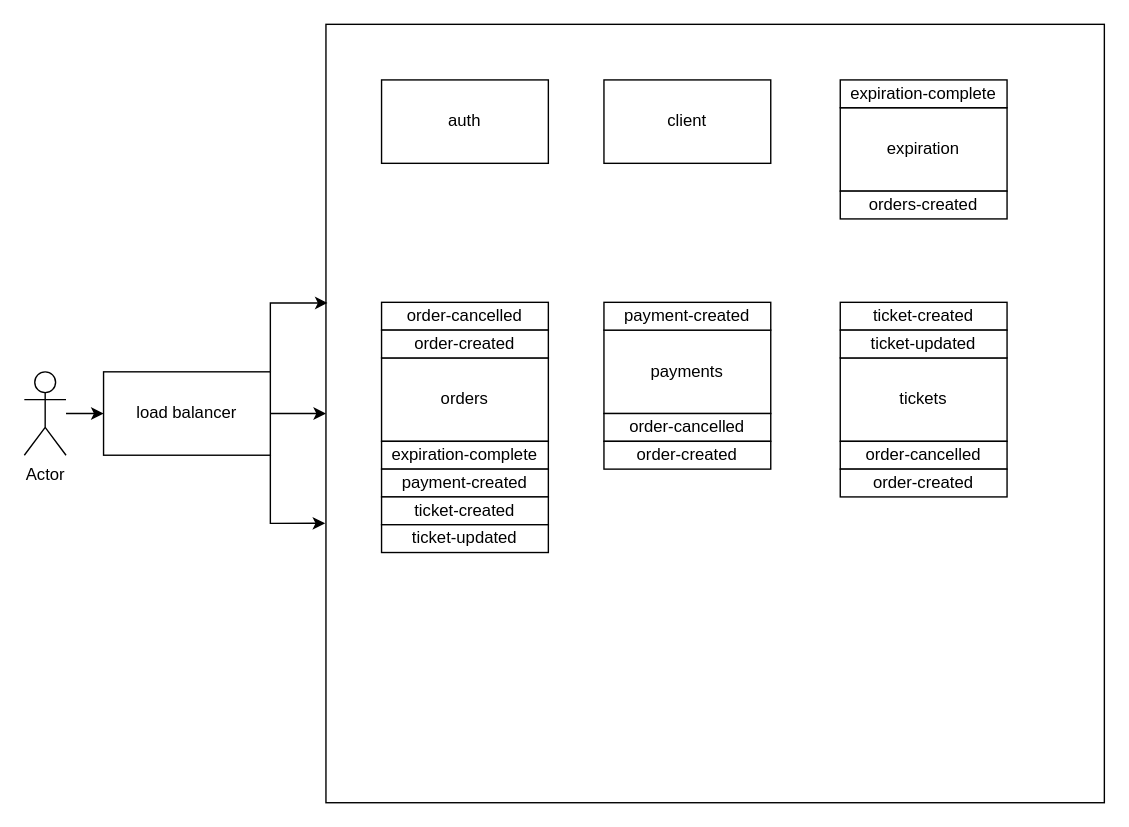
The draw.io diagram Tazaker.drawio in markmorcos/Tazaker, before the edit. Source tidied: cells renumbered, new cells numbered last; positions are measured from the earlier drawing's top-left corner, leaving out a move shared by most shapes. Both pictures are drawn from the tidied source at 139%, with x=0, y=0 at pixel (24, 24).
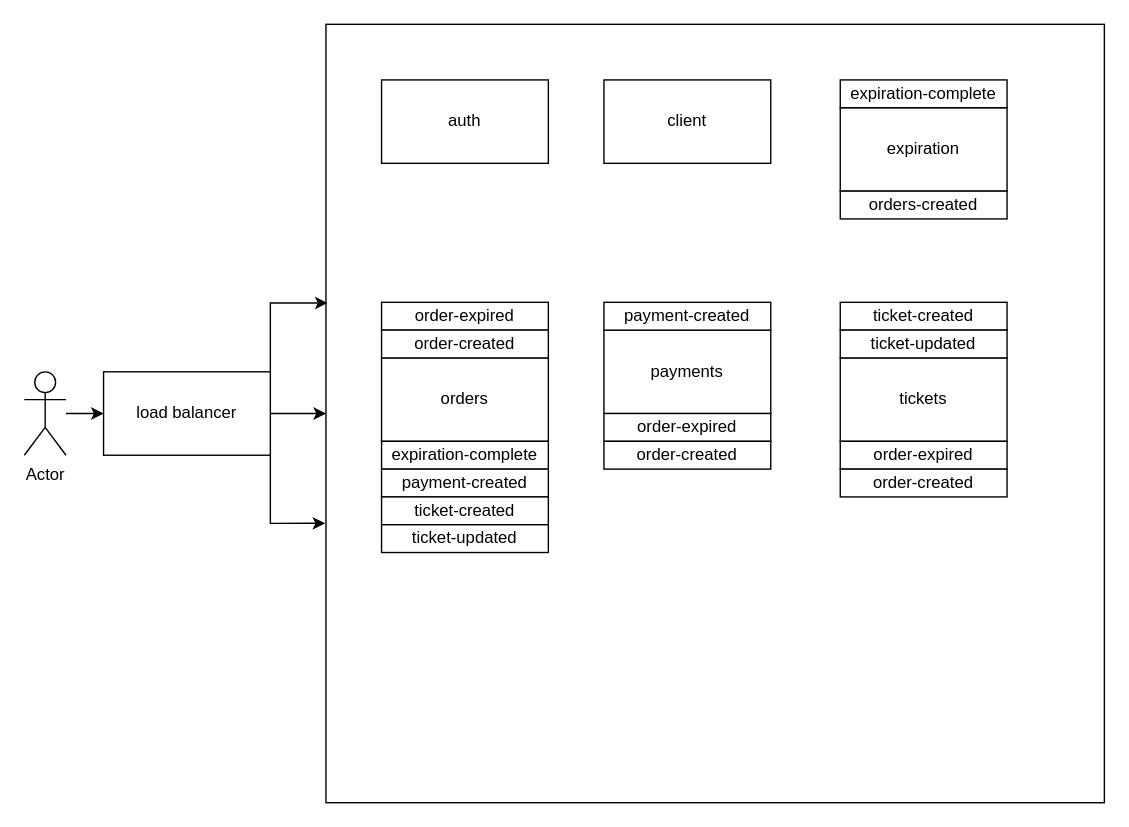
Above is the later version.

Unchanged cells that the change refers to:
```xml
<mxCell id="11" style="group;" parent="1" vertex="1">
  <mxGeometry x="587" y="200" width="120" height="140" as="geometry" />
</mxCell>
<mxCell id="17" style="group;" parent="1" vertex="1">
  <mxGeometry x="257" y="200" width="120" height="180" as="geometry" />
</mxCell>
<mxCell id="29" style="group;" parent="1" vertex="1">
  <mxGeometry x="417" y="200" width="120" height="120" as="geometry" />
</mxCell>
```

What changed in the source:
```diff
@@
-    <mxCell id="15" value="order-cancelled" style="rounded=0;whiteSpace=wrap;html=1;fontStyle=0;" parent="11" vertex="1">
+    <mxCell id="15" value="order-expired" style="rounded=0;whiteSpace=wrap;html=1;fontStyle=0;" parent="11" vertex="1">
       <mxGeometry y="100" width="120" height="20" as="geometry" />
     </mxCell>
@@
-    <mxCell id="18" value="order-cancelled" style="rounded=0;whiteSpace=wrap;html=1;fontStyle=0;" parent="17" vertex="1">
+    <mxCell id="18" value="order-expired" style="rounded=0;whiteSpace=wrap;html=1;fontStyle=0;" parent="17" vertex="1">
       <mxGeometry width="120" height="20" as="geometry" />
     </mxCell>
@@
-    <mxCell id="32" value="order-cancelled" style="rounded=0;whiteSpace=wrap;html=1;fontStyle=0;" parent="29" vertex="1">
+    <mxCell id="32" value="order-expired" style="rounded=0;whiteSpace=wrap;html=1;fontStyle=0;" parent="29" vertex="1">
       <mxGeometry y="80" width="120" height="20" as="geometry" />
     </mxCell>
```
